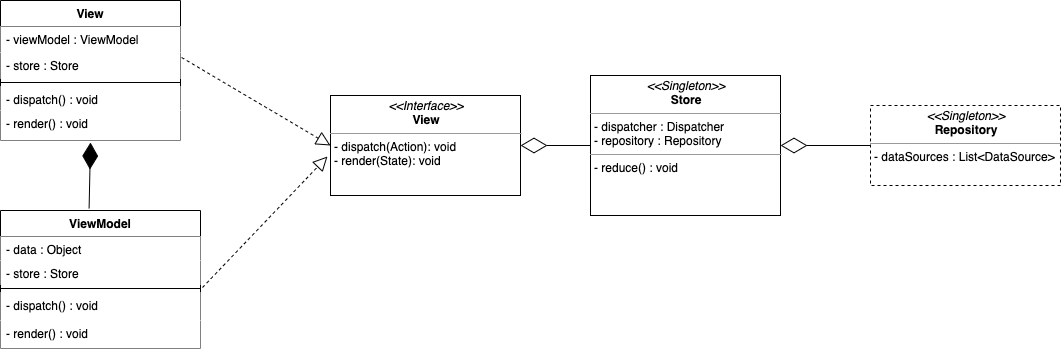
Earlier version of the draw.io export resources/diagram_class.png (lamphama2/mvi_base). Source tidied: cells renumbered, new cells last; positions are measured from the earlier drawing's top-left corner, leaving out a move shared by most shapes.
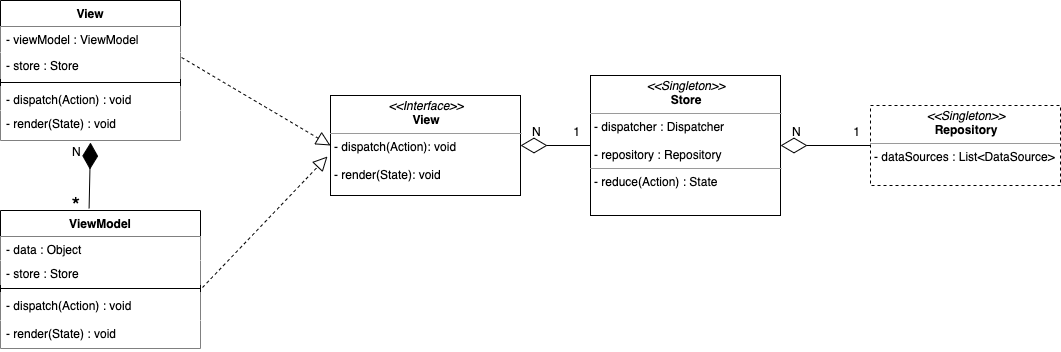
The same diagram one commit later.

Commit message:
fix: wording and diagram class

Diff of the diagram source:
```diff
@@ -11,13 +11,13 @@
     <mxCell id="4" style="endArrow=diamondThin;endFill=0;endSize=24;html=1;entryX=1;entryY=0.5;entryDx=0;entryDy=0;exitX=0;exitY=0.5;exitDx=0;exitDy=0;" parent="1" edge="1" source="6" target="5">
       <mxGeometry relative="1" as="geometry" />
     </mxCell>
-    <mxCell id="5" value="&lt;p style=&quot;margin: 0px ; margin-top: 4px ; text-align: center&quot;&gt;&lt;i&gt;&amp;lt;&amp;lt;Singleton&amp;gt;&amp;gt;&lt;/i&gt;&lt;br&gt;&lt;b&gt;Store&lt;/b&gt;&lt;/p&gt;&lt;hr size=&quot;1&quot;&gt;&lt;p style=&quot;margin: 0px ; margin-left: 4px&quot;&gt;- dispatcher : Dispatcher&lt;br&gt;- repository : Repository&lt;/p&gt;&lt;hr size=&quot;1&quot;&gt;&lt;p style=&quot;margin: 0px ; margin-left: 4px&quot;&gt;- reduce() : void&lt;/p&gt;" style="verticalAlign=top;align=left;overflow=fill;fontSize=12;fontFamily=Helvetica;html=1;" parent="1" vertex="1">
+    <mxCell id="5" value="&lt;p style=&quot;margin: 0px ; margin-top: 4px ; text-align: center&quot;&gt;&lt;i&gt;&amp;lt;&amp;lt;Singleton&amp;gt;&amp;gt;&lt;/i&gt;&lt;br&gt;&lt;b&gt;Store&lt;/b&gt;&lt;/p&gt;&lt;hr size=&quot;1&quot;&gt;&lt;p style=&quot;margin: 0px ; margin-left: 4px&quot;&gt;- dispatcher : Dispatcher&lt;/p&gt;&lt;p style=&quot;margin: 0px ; margin-left: 4px&quot;&gt;&lt;br&gt;- repository : Repository&lt;/p&gt;&lt;hr size=&quot;1&quot;&gt;&lt;p style=&quot;margin: 0px ; margin-left: 4px&quot;&gt;- reduce(Action) : State&lt;/p&gt;" style="verticalAlign=top;align=left;overflow=fill;fontSize=12;fontFamily=Helvetica;html=1;" parent="1" vertex="1">
       <mxGeometry x="590" y="75" width="190" height="140" as="geometry" />
     </mxCell>
     <mxCell id="6" value="&lt;p style=&quot;margin: 0px ; margin-top: 4px ; text-align: center&quot;&gt;&lt;i&gt;&amp;lt;&amp;lt;Singleton&amp;gt;&amp;gt;&lt;/i&gt;&lt;br&gt;&lt;b&gt;Repository&lt;/b&gt;&lt;/p&gt;&lt;hr size=&quot;1&quot;&gt;&lt;p style=&quot;margin: 0px ; margin-left: 4px&quot;&gt;- dataSources : List&amp;lt;DataSource&amp;gt;&lt;/p&gt;&lt;p style=&quot;margin: 0px ; margin-left: 4px&quot;&gt;&lt;br&gt;&lt;/p&gt;" style="verticalAlign=top;align=left;overflow=fill;fontSize=12;fontFamily=Helvetica;html=1;dashed=1;" parent="1" vertex="1">
       <mxGeometry x="870" y="105" width="190" height="80" as="geometry" />
     </mxCell>
-    <mxCell id="7" value="&lt;p style=&quot;margin: 0px ; margin-top: 4px ; text-align: center&quot;&gt;&lt;i&gt;&amp;lt;&amp;lt;Interface&amp;gt;&amp;gt;&lt;/i&gt;&lt;br&gt;&lt;b&gt;View&lt;/b&gt;&lt;/p&gt;&lt;hr size=&quot;1&quot;&gt;&lt;p style=&quot;margin: 0px ; margin-left: 4px&quot;&gt;- dispatch(Action): void&lt;br&gt;- render(State): void&lt;/p&gt;" style="verticalAlign=top;align=left;overflow=fill;fontSize=12;fontFamily=Helvetica;html=1;" parent="1" vertex="1">
+    <mxCell id="7" value="&lt;p style=&quot;margin: 0px ; margin-top: 4px ; text-align: center&quot;&gt;&lt;i&gt;&amp;lt;&amp;lt;Interface&amp;gt;&amp;gt;&lt;/i&gt;&lt;br&gt;&lt;b&gt;View&lt;/b&gt;&lt;/p&gt;&lt;hr size=&quot;1&quot;&gt;&lt;p style=&quot;margin: 0px ; margin-left: 4px&quot;&gt;- dispatch(Action): void&lt;/p&gt;&lt;p style=&quot;margin: 0px ; margin-left: 4px&quot;&gt;&lt;br&gt;- render(State): void&lt;/p&gt;" style="verticalAlign=top;align=left;overflow=fill;fontSize=12;fontFamily=Helvetica;html=1;" parent="1" vertex="1">
       <mxGeometry x="330" y="95" width="190" height="100" as="geometry" />
     </mxCell>
     <mxCell id="8" value="View" style="swimlane;fontStyle=1;align=center;verticalAlign=top;horizontal=1;startSize=26;fillColor=#FFFFFF;" parent="1" vertex="1">
@@ -32,10 +32,10 @@
     <mxCell id="11" style="line;strokeWidth=1;fillColor=none;align=left;verticalAlign=middle;spacingTop=-1;spacingLeft=3;spacingRight=3;labelPosition=right;" parent="8" vertex="1">
       <mxGeometry y="78" width="180" height="8" as="geometry" />
     </mxCell>
-    <mxCell id="12" value="- dispatch() : void" style="text;strokeColor=none;align=left;verticalAlign=top;spacingLeft=4;spacingRight=4;overflow=hidden;fillColor=#ffffff;" parent="8" vertex="1">
+    <mxCell id="12" value="- dispatch(Action) : void" style="text;strokeColor=none;align=left;verticalAlign=top;spacingLeft=4;spacingRight=4;overflow=hidden;fillColor=#ffffff;" parent="8" vertex="1">
       <mxGeometry y="86" width="180" height="24" as="geometry" />
     </mxCell>
-    <mxCell id="13" value="- render() : void" style="text;strokeColor=none;align=left;verticalAlign=top;spacingLeft=4;spacingRight=4;overflow=hidden;points=[[0,0.5],[1,0.5]];portConstraint=eastwest;fillColor=#ffffff;" parent="8" vertex="1">
+    <mxCell id="13" value="- render(State) : void" style="text;strokeColor=none;align=left;verticalAlign=top;spacingLeft=4;spacingRight=4;overflow=hidden;points=[[0,0.5],[1,0.5]];portConstraint=eastwest;fillColor=#ffffff;" parent="8" vertex="1">
       <mxGeometry y="110" width="180" height="30" as="geometry" />
     </mxCell>
     <mxCell id="14" value="ViewModel" style="swimlane;fontStyle=1;align=center;verticalAlign=top;horizontal=1;startSize=26;fillColor=#FFFFFF;" parent="1" vertex="1">
@@ -50,10 +50,10 @@
     <mxCell id="17" style="line;strokeWidth=1;fillColor=none;align=left;verticalAlign=middle;spacingTop=-1;spacingLeft=3;spacingRight=3;labelPosition=right;" parent="14" vertex="1">
       <mxGeometry y="74" width="200" height="8" as="geometry" />
     </mxCell>
-    <mxCell id="18" value="- dispatch() : void" style="text;strokeColor=none;align=left;verticalAlign=top;spacingLeft=4;spacingRight=4;overflow=hidden;fillColor=#ffffff;" parent="14" vertex="1">
+    <mxCell id="18" value="- dispatch(Action) : void" style="text;strokeColor=none;align=left;verticalAlign=top;spacingLeft=4;spacingRight=4;overflow=hidden;fillColor=#ffffff;" parent="14" vertex="1">
       <mxGeometry y="82" width="200" height="28" as="geometry" />
     </mxCell>
-    <mxCell id="19" value="- render() : void" style="text;strokeColor=none;align=left;verticalAlign=top;spacingLeft=4;spacingRight=4;overflow=hidden;fillColor=#ffffff;" parent="14" vertex="1">
+    <mxCell id="19" value="- render(State) : void" style="text;strokeColor=none;align=left;verticalAlign=top;spacingLeft=4;spacingRight=4;overflow=hidden;fillColor=#ffffff;" parent="14" vertex="1">
       <mxGeometry y="110" width="200" height="28" as="geometry" />
     </mxCell>
     <mxCell id="20" style="endArrow=block;dashed=1;endFill=0;endSize=12;html=1;exitX=1.006;exitY=0.192;exitDx=0;exitDy=0;exitPerimeter=0;entryX=0;entryY=0.5;entryDx=0;entryDy=0;" parent="1" edge="1" source="10" target="7">
@@ -62,5 +62,43 @@
     <mxCell id="21" style="endArrow=block;dashed=1;endFill=0;endSize=12;html=1;exitX=1.01;exitY=1.125;exitDx=0;exitDy=0;exitPerimeter=0;entryX=-0.016;entryY=0.61;entryDx=0;entryDy=0;entryPerimeter=0;" parent="1" edge="1" source="16" target="7">
       <mxGeometry relative="1" as="geometry" />
     </mxCell>
+    <mxCell id="22" style="endArrow=none;html=1;rounded=0;strokeColor=none;" parent="1" edge="1">
+      <mxGeometry relative="1" as="geometry">
+        <mxPoint x="530" y="140" as="sourcePoint" />
+        <mxPoint x="580" y="140" as="targetPoint" />
+      </mxGeometry>
+    </mxCell>
+    <mxCell id="23" value="N" style="html=1;align=left;verticalAlign=bottom;" parent="22" vertex="1">
+      <mxGeometry x="-1" relative="1" as="geometry" />
+    </mxCell>
+    <mxCell id="24" value="1" style="html=1;align=right;verticalAlign=bottom;" parent="22" vertex="1">
+      <mxGeometry x="1" relative="1" as="geometry" />
+    </mxCell>
+    <mxCell id="25" style="endArrow=none;html=1;rounded=0;strokeColor=none;" parent="1" edge="1">
+      <mxGeometry relative="1" as="geometry">
+        <mxPoint x="790" y="140" as="sourcePoint" />
+        <mxPoint x="860" y="140" as="targetPoint" />
+      </mxGeometry>
+    </mxCell>
+    <mxCell id="26" value="N" style="html=1;align=left;verticalAlign=bottom;" parent="25" vertex="1">
+      <mxGeometry x="-1" relative="1" as="geometry" />
+    </mxCell>
+    <mxCell id="27" value="1" style="html=1;align=right;verticalAlign=bottom;" parent="25" vertex="1">
+      <mxGeometry x="1" relative="1" as="geometry" />
+    </mxCell>
+    <mxCell id="28" style="endArrow=none;html=1;rounded=0;strokeColor=none;" parent="1" edge="1">
+      <mxGeometry relative="1" as="geometry">
+        <mxPoint x="70" y="160" as="sourcePoint" />
+        <mxPoint x="70" y="210" as="targetPoint" />
+      </mxGeometry>
+    </mxCell>
+    <mxCell id="29" value="N" style="html=1;align=left;verticalAlign=bottom;" parent="28" vertex="1">
+      <mxGeometry x="-1" relative="1" as="geometry" />
+    </mxCell>
+    <mxCell id="30" value="*" style="html=1;align=right;verticalAlign=bottom;fontSize=22;" parent="28" vertex="1">
+      <mxGeometry x="1" relative="1" as="geometry">
+        <mxPoint x="10" y="10" as="offset" />
+      </mxGeometry>
+    </mxCell>
   </root>
 </mxGraphModel>
```
